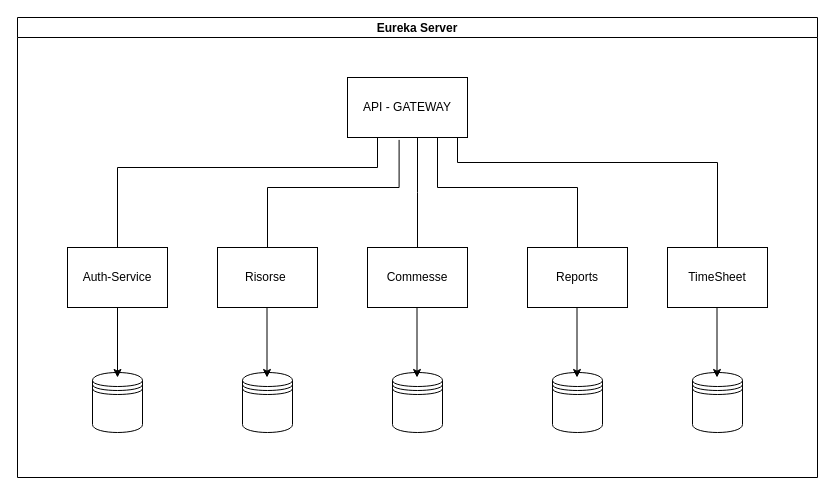
The draw.io diagram Documentazione/Architettura WTS.drawio in ale89-pit/prova-WTS-, before the edit. Source tidied: cells renumbered, new cells numbered last; positions are measured from the earlier drawing's top-left corner, leaving out a move shared by most shapes. Both pictures are drawn from the tidied source at 100%, with x=0, y=0 at pixel (17, 17).
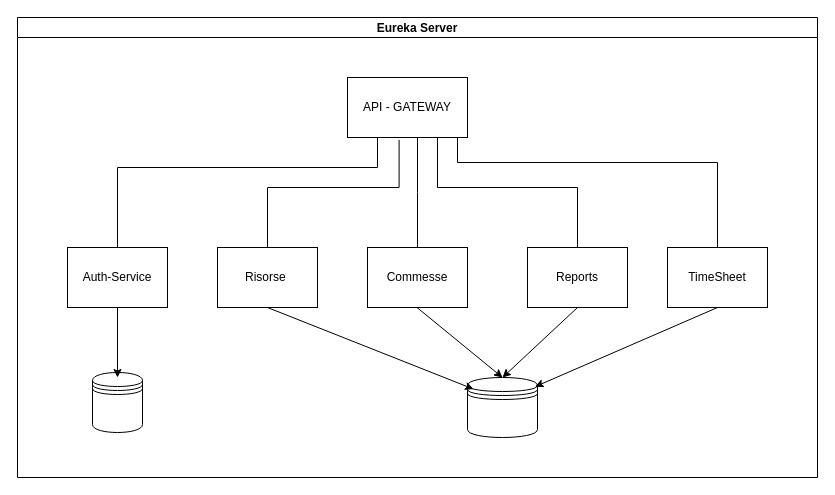
The same diagram, later.

The change refers to these unchanged cells:
```xml
<mxCell id="2" value="Eureka Server" style="swimlane;startSize=20;horizontal=1;containerType=tree;newEdgeStyle={&quot;edgeStyle&quot;:&quot;elbowEdgeStyle&quot;,&quot;startArrow&quot;:&quot;none&quot;,&quot;endArrow&quot;:&quot;none&quot;};" parent="1" vertex="1">
  <mxGeometry width="800" height="460" as="geometry" />
</mxCell>
<mxCell id="8" value="Risorse&amp;nbsp;" style="whiteSpace=wrap;html=1;align=center;verticalAlign=middle;newEdgeStyle={&quot;edgeStyle&quot;:&quot;elbowEdgeStyle&quot;,&quot;startArrow&quot;:&quot;none&quot;,&quot;endArrow&quot;:&quot;none&quot;};" parent="2" vertex="1">
  <mxGeometry x="200" y="230" width="100" height="60" as="geometry" />
</mxCell>
<mxCell id="10" value="Reports" style="whiteSpace=wrap;html=1;align=center;verticalAlign=middle;newEdgeStyle={&quot;edgeStyle&quot;:&quot;elbowEdgeStyle&quot;,&quot;startArrow&quot;:&quot;none&quot;,&quot;endArrow&quot;:&quot;none&quot;};" parent="2" vertex="1">
  <mxGeometry x="510" y="230" width="100" height="60" as="geometry" />
</mxCell>
<mxCell id="12" value="TimeSheet" style="whiteSpace=wrap;html=1;align=center;verticalAlign=middle;newEdgeStyle={&quot;edgeStyle&quot;:&quot;elbowEdgeStyle&quot;,&quot;startArrow&quot;:&quot;none&quot;,&quot;endArrow&quot;:&quot;none&quot;};" parent="2" vertex="1">
  <mxGeometry x="650" y="230" width="100" height="60" as="geometry" />
</mxCell>
```

Diff of the diagram source:
```diff
@@
-    <mxCell id="16" style="shape=datastore;whiteSpace=wrap;html=1;" parent="2" vertex="1">
-      <mxGeometry x="225" y="355" width="50" height="60" as="geometry" />
-    </mxCell>
     <mxCell id="17" style="shape=datastore;whiteSpace=wrap;html=1;" parent="2" vertex="1">
-      <mxGeometry x="375" y="355" width="50" height="60" as="geometry" />
+      <mxGeometry x="450" y="360" width="70" height="60" as="geometry" />
     </mxCell>
-    <mxCell id="18" style="shape=datastore;whiteSpace=wrap;html=1;" parent="2" vertex="1">
-      <mxGeometry x="535" y="355" width="50" height="60" as="geometry" />
-    </mxCell>
-    <mxCell id="19" style="shape=datastore;whiteSpace=wrap;html=1;" parent="2" vertex="1">
-      <mxGeometry x="675" y="355" width="50" height="60" as="geometry" />
-    </mxCell>
@@
-    <mxCell id="21" style="endArrow=classic;html=1;rounded=0;exitX=0.5;exitY=1;exitDx=0;exitDy=0;" parent="2" edge="1">
-      <mxGeometry relative="1" as="geometry">
-        <mxPoint x="249.5" y="290" as="sourcePoint" />
-        <mxPoint x="249.5" y="360" as="targetPoint" />
-      </mxGeometry>
+    <mxCell id="21" style="endArrow=classic;html=1;rounded=0;exitX=0.5;exitY=1;exitDx=0;exitDy=0;entryX=0.086;entryY=0.193;entryDx=0;entryDy=0;entryPerimeter=0;" parent="2" edge="1" source="8" target="17">
+      <mxGeometry relative="1" as="geometry" />
     </mxCell>
-    <mxCell id="22" style="endArrow=classic;html=1;rounded=0;exitX=0.5;exitY=1;exitDx=0;exitDy=0;" parent="2" edge="1">
+    <mxCell id="22" style="endArrow=classic;html=1;rounded=0;exitX=0.5;exitY=1;exitDx=0;exitDy=0;entryX=0.5;entryY=0;entryDx=0;entryDy=0;" parent="2" edge="1" target="17">
       <mxGeometry relative="1" as="geometry">
         <mxPoint x="399.5" y="290" as="sourcePoint" />
-        <mxPoint x="399.5" y="360" as="targetPoint" />
       </mxGeometry>
     </mxCell>
-    <mxCell id="23" style="endArrow=classic;html=1;rounded=0;exitX=0.5;exitY=1;exitDx=0;exitDy=0;" parent="2" edge="1">
-      <mxGeometry relative="1" as="geometry">
-        <mxPoint x="559.5" y="290" as="sourcePoint" />
-        <mxPoint x="559.5" y="360" as="targetPoint" />
-      </mxGeometry>
+    <mxCell id="23" style="endArrow=classic;html=1;rounded=0;exitX=0.5;exitY=1;exitDx=0;exitDy=0;entryX=0.5;entryY=0;entryDx=0;entryDy=0;" parent="2" edge="1" source="10" target="17">
+      <mxGeometry relative="1" as="geometry" />
     </mxCell>
-    <mxCell id="24" style="endArrow=classic;html=1;rounded=0;exitX=0.5;exitY=1;exitDx=0;exitDy=0;" parent="2" edge="1">
-      <mxGeometry relative="1" as="geometry">
-        <mxPoint x="699.5" y="290" as="sourcePoint" />
-        <mxPoint x="699.5" y="360" as="targetPoint" />
-      </mxGeometry>
+    <mxCell id="24" style="endArrow=classic;html=1;rounded=0;exitX=0.5;exitY=1;exitDx=0;exitDy=0;entryX=0.966;entryY=0.153;entryDx=0;entryDy=0;entryPerimeter=0;" parent="2" edge="1" source="12" target="17">
+      <mxGeometry relative="1" as="geometry" />
     </mxCell>
```
